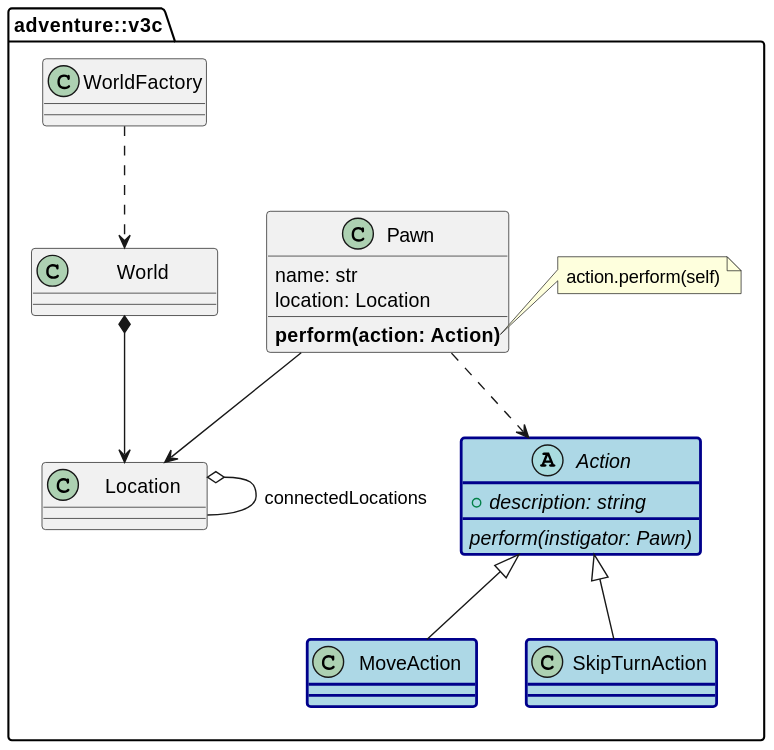
Earlier version of the PlantUML export Notebooks/CodeAlong/Woche-3/img/adventure-v3c-overview.svg (nicolast911/python-clean-arch-de).
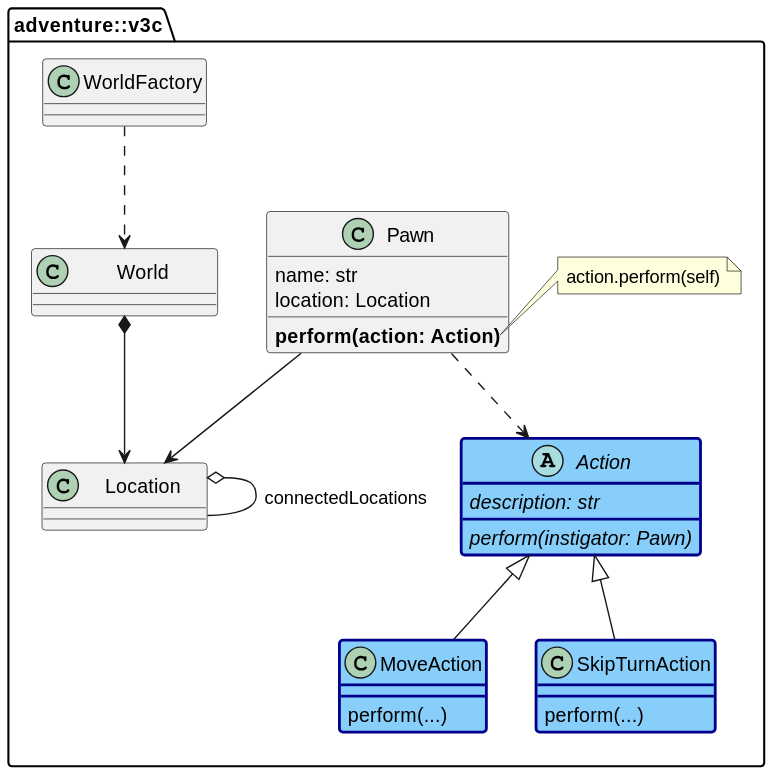
Above is the later version.

What changed in the source:
```diff
@@ -1,20 +1,22 @@
 @startuml
 package "adventure::v3c" {
-
     together {
-         abstract class Action #line.bold:DarkBlue;back:lightblue {
-            + {abstract} description: string
+        abstract class Action #line.bold:DarkBlue;back:LightSkyBlue  {
+            {abstract} description: str
             {abstract} perform(instigator: Pawn)
         }
 
-        class "  MoveAction  " #line.bold:DarkBlue;back:lightblue {
+        class MoveAction #line.bold:DarkBlue;back:LightSkyBlue {
+            perform(...)
         }
-        "  MoveAction  " -up-|> Action
+        MoveAction -up-|> Action
 
-        class " SkipTurnAction " #line.bold:DarkBlue;back:lightblue {
+        class SkipTurnAction #line.bold:DarkBlue;back:LightSkyBlue {
+            perform(...)
         }
-        " SkipTurnAction " -up-|> Action
+        SkipTurnAction -up-|> Action
     }
+
 
     class Pawn {
         name: str
```
